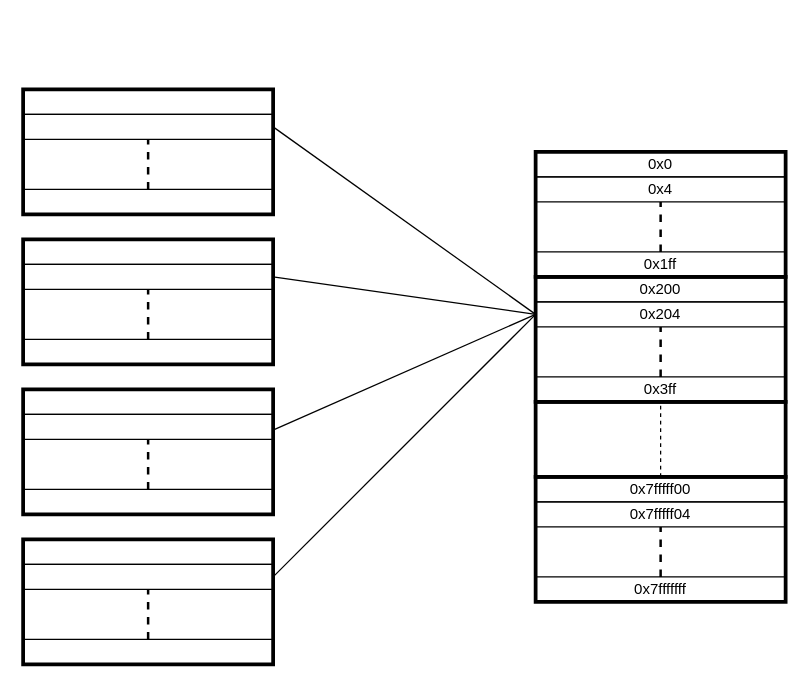
maxletemple/rapport_stage_3A keeps this draw.io diagram as src/L1_mem.drawio. Above is the earlier version. Source tidied: cells renumbered, new cells numbered last; positions are measured from the earlier drawing's top-left corner, leaving out a move shared by most shapes. Both pictures are drawn from the tidied source at 125%, with x=0, y=0 at pixel (22, 89).
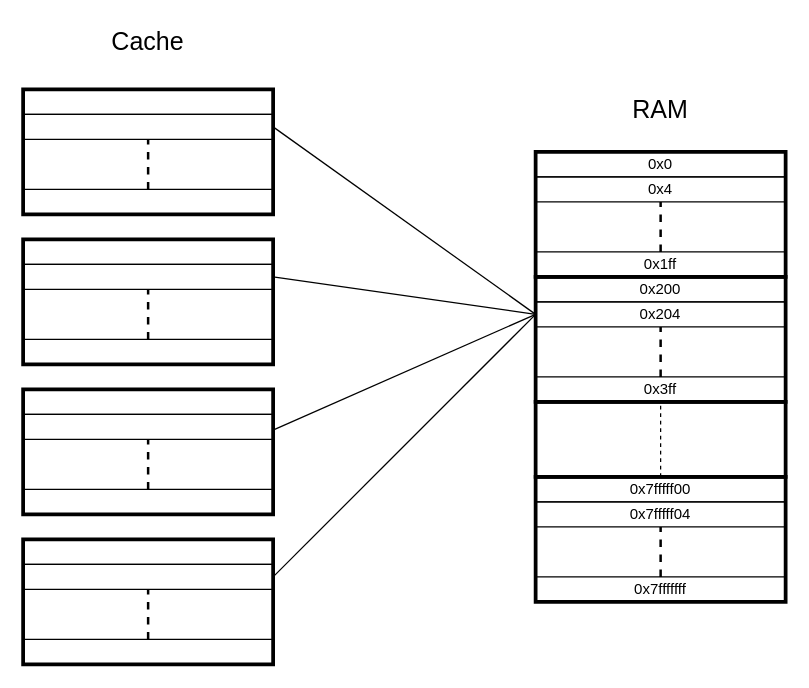
The same diagram, later.

Change to the diagram source:
```diff
@@
+    <mxCell id="43" value="RAM" style="text;html=1;strokeColor=none;fillColor=none;align=center;verticalAlign=middle;whiteSpace=wrap;rounded=0;fontSize=20;" parent="1" vertex="1">
+      <mxGeometry x="480" width="60" height="30" as="geometry" />
+    </mxCell>
+    <mxCell id="44" value="Cache" style="text;html=1;strokeColor=none;fillColor=none;align=center;verticalAlign=middle;whiteSpace=wrap;rounded=0;fontSize=20;" parent="1" vertex="1">
+      <mxGeometry x="70" y="-54" width="60" height="30" as="geometry" />
+    </mxCell>
```
